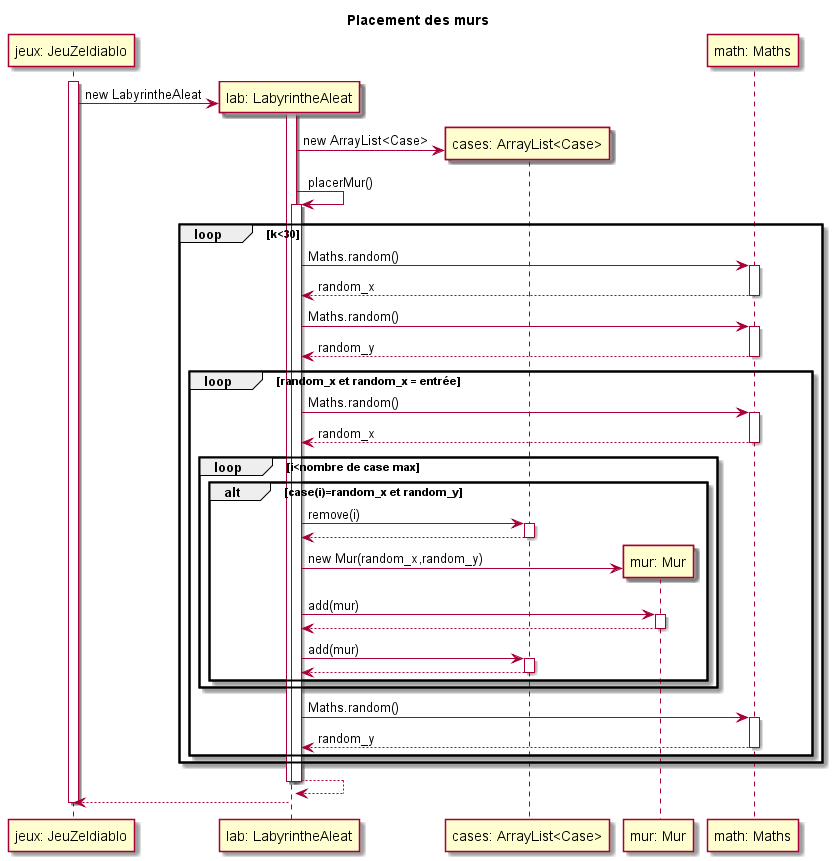
This is documents/version_7.1/uml_mur_alea.png from NunzioArdi/2019_coo_zeldiablo, a PlantUML export, as it was before one commit. The source it was exported from:
```plantuml
@startuml
title Placement des murs

participant	"jeux: JeuZeldiablo" as jeu
participant	"lab: LabyrintheAleat" as l
participant	"cases: ArrayList<Case>" as lc
participant 	"mur: Mur" as mur
participant	"math: Maths" as m

activate jeu
create l
jeu -> l: new LabyrintheAleat
activate l

create lc
l -> lc: new ArrayList<Case>

l -> l:placerMur()
activate l
loop k<30
l -> m: Maths.random()
activate m
l <-- m: random_x
deactivate m
l -> m: Maths.random()
activate m
l <-- m: random_y
deactivate m

loop random_x et random_x = entrée
l -> m: Maths.random()
activate m
l <-- m: random_x
deactivate m


loop i<nombre de case max
alt case(i)=random_x et random_y
l -> lc: remove(i)
activate lc
l <-- lc
deactivate lc

create mur
l -> mur: new Mur(random_x,random_y)
l -> mur: add(mur)
activate mur
l <-- mur
deactivate mur

l -> lc: add(mur)
activate lc
l <-- lc
deactivate lc
end


end

l -> m: Maths.random()
activate m
l <-- m: random_y
deactivate m
end




end
l <-- l
deactivate l
deactivate l
jeu <-- l
deactivate jeu
@enduml
```
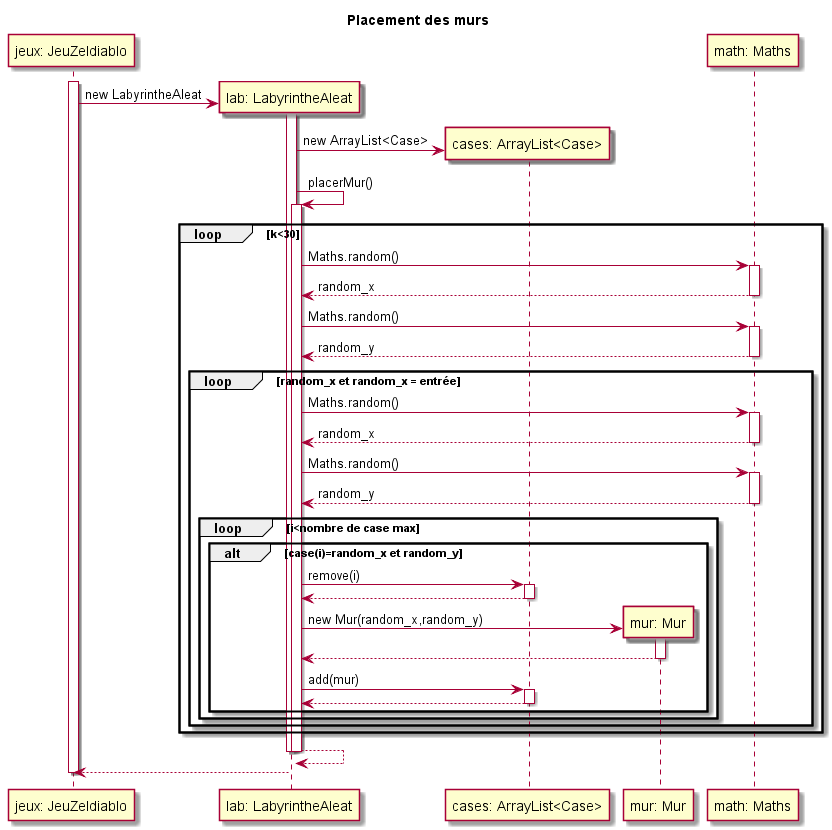
After the commit.

Commit message:
correction erreur

Change to the diagram source:
```diff
@@ -33,6 +33,10 @@
 l <-- m: random_x
 deactivate m
 
+l -> m: Maths.random()
+activate m
+l <-- m: random_y
+deactivate m
 
 loop i<nombre de case max
 alt case(i)=random_x et random_y
@@ -43,7 +47,6 @@
 
 create mur
 l -> mur: new Mur(random_x,random_y)
-l -> mur: add(mur)
 activate mur
 l <-- mur
 deactivate mur
@@ -56,14 +59,7 @@
 
 
 end
-
-l -> m: Maths.random()
-activate m
-l <-- m: random_y
-deactivate m
 end
-
-
 
 
 end
```
